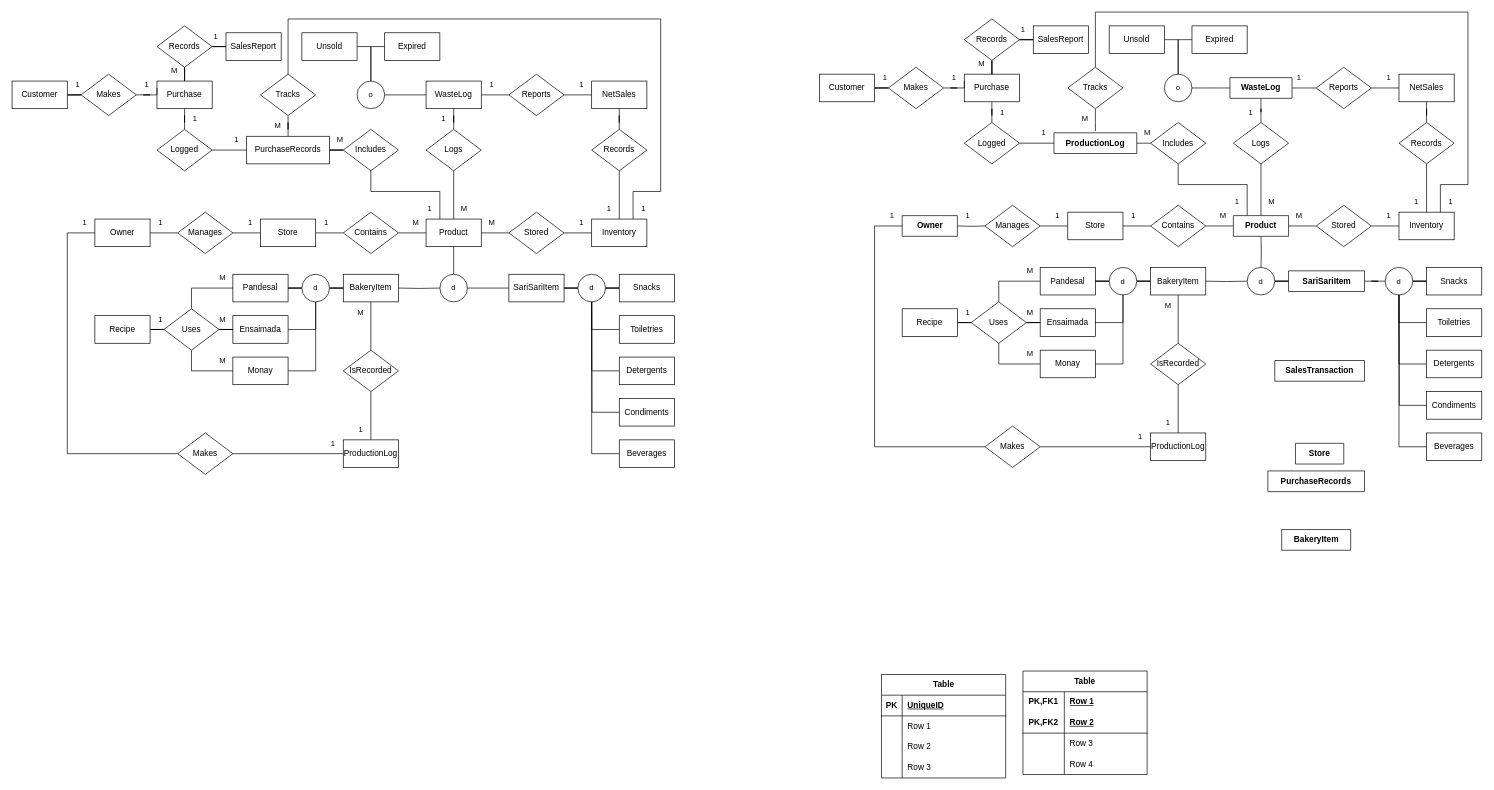
Above: Reworked ERD.drawio in ConnedMaster/ITS131P (draw.io), before the change. Source tidied: cells renumbered, new cells numbered last; positions are measured from the earlier drawing's top-left corner, leaving out a move shared by most shapes. Both pictures are drawn from the tidied source at 69%, with x=0, y=0 at pixel (12, 12).
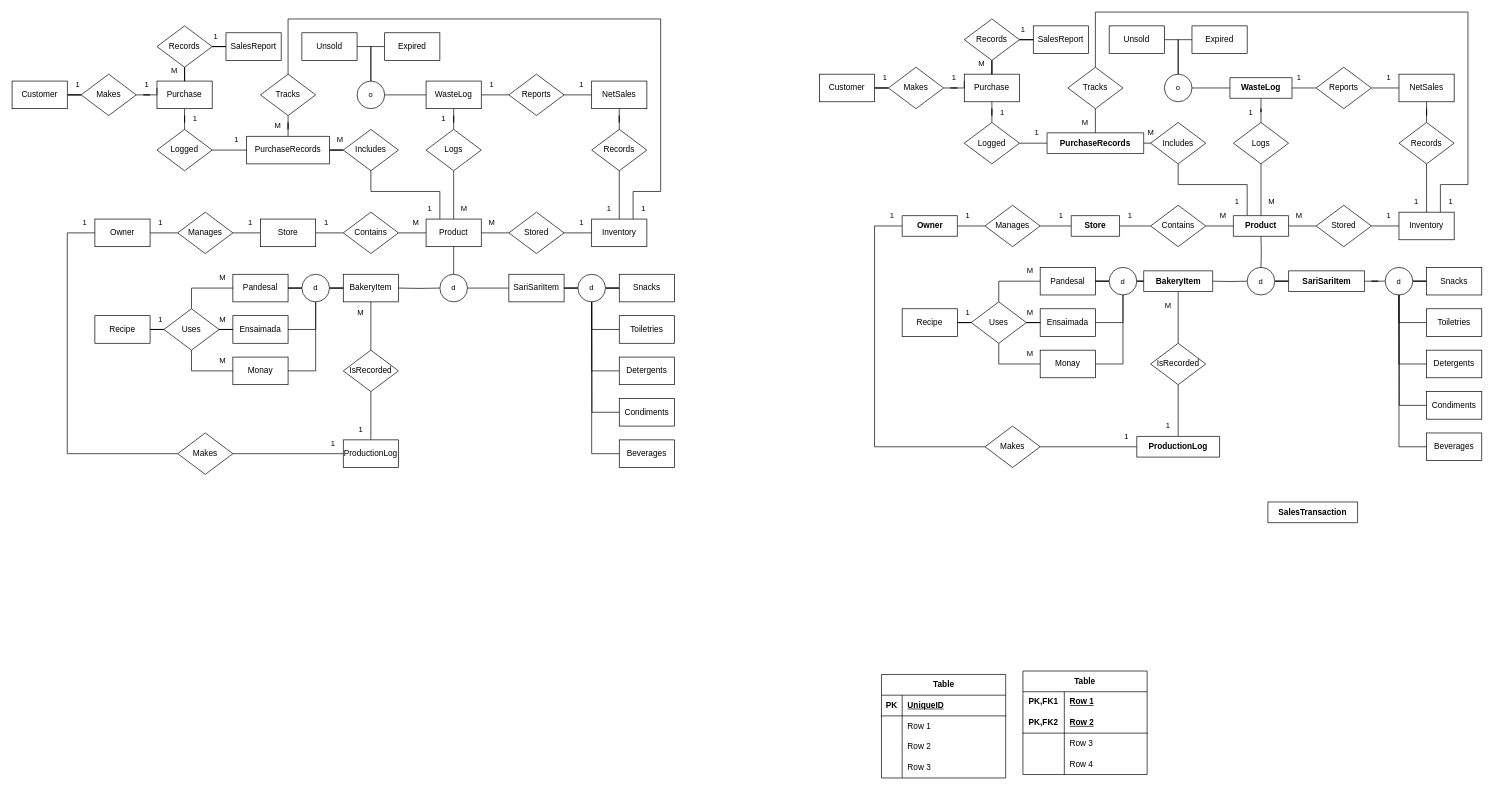
After the change.

Unchanged cells that the change refers to:
```xml
<mxCell id="125" value="Manages" style="shape=rhombus;perimeter=rhombusPerimeter;whiteSpace=wrap;html=1;align=center;" parent="1" vertex="1">
  <mxGeometry x="1410" y="280" width="80" height="60" as="geometry" />
</mxCell>
<mxCell id="128" value="Contains" style="shape=rhombus;perimeter=rhombusPerimeter;whiteSpace=wrap;html=1;align=center;" parent="1" vertex="1">
  <mxGeometry x="1650" y="280" width="80" height="60" as="geometry" />
</mxCell>
<mxCell id="141" value="IsRecorded" style="shape=rhombus;perimeter=rhombusPerimeter;whiteSpace=wrap;html=1;align=center;" parent="1" vertex="1">
  <mxGeometry x="1650" y="480" width="80" height="60" as="geometry" />
</mxCell>
<mxCell id="143" value="Makes" style="shape=rhombus;perimeter=rhombusPerimeter;whiteSpace=wrap;html=1;align=center;" parent="1" vertex="1">
  <mxGeometry x="1410" y="600" width="80" height="60" as="geometry" />
</mxCell>
<mxCell id="151" value="d" style="ellipse;whiteSpace=wrap;html=1;fontFamily=Helvetica;fontSize=11;fontColor=default;labelBackgroundColor=default;" parent="1" vertex="1">
  <mxGeometry x="1590" y="370" width="40" height="40" as="geometry" />
</mxCell>
<mxCell id="184" value="Logged" style="shape=rhombus;perimeter=rhombusPerimeter;whiteSpace=wrap;html=1;align=center;" parent="1" vertex="1">
  <mxGeometry x="1380" y="160" width="80" height="60" as="geometry" />
</mxCell>
<mxCell id="216" value="Tracks" style="shape=rhombus;perimeter=rhombusPerimeter;whiteSpace=wrap;html=1;align=center;" parent="1" vertex="1">
  <mxGeometry x="1530" y="80" width="80" height="60" as="geometry" />
</mxCell>
<mxCell id="227" value="Includes" style="shape=rhombus;perimeter=rhombusPerimeter;whiteSpace=wrap;html=1;align=center;" parent="1" vertex="1">
  <mxGeometry x="1650" y="160" width="80" height="60" as="geometry" />
</mxCell>
<mxCell id="263" value="Owner" style="shape=table;startSize=30;childLayout=tableLayout;rowLines=0;fontStyle=1;align=center;html=1;" parent="1" vertex="1" collapsed="1">
  <mxGeometry x="1290" y="295" width="80" height="30" as="geometry" />
</mxCell>
```

Diff of the diagram source:
```diff
@@
-    <mxCell id="120" style="edgeStyle=orthogonalEdgeStyle;rounded=0;jettySize=auto;html=1;entryX=0;entryY=0.5;entryDx=0;entryDy=0;endArrow=none;startFill=0;" parent="1" edge="1" target="125">
+    <mxCell id="120" style="edgeStyle=orthogonalEdgeStyle;rounded=0;jettySize=auto;html=1;endArrow=none;startFill=0;exitX=1;exitY=0.5;exitDx=0;exitDy=0;" parent="1" edge="1" source="263">
       <mxGeometry relative="1" as="geometry">
-        <mxPoint x="1370" y="310" as="sourcePoint" />
+        <mxPoint x="1410" y="310" as="targetPoint" />
       </mxGeometry>
     </mxCell>
@@
-    <mxCell id="122" style="edgeStyle=orthogonalEdgeStyle;shape=connector;rounded=0;jettySize=auto;html=1;entryX=0.5;entryY=1;entryDx=0;entryDy=0;strokeColor=default;align=center;verticalAlign=middle;fontFamily=Helvetica;fontSize=11;fontColor=default;labelBackgroundColor=default;startFill=0;endArrow=none;" parent="1" edge="1" source="123" target="141">
+    <mxCell id="122" style="edgeStyle=orthogonalEdgeStyle;shape=connector;rounded=0;jettySize=auto;html=1;entryX=0.5;entryY=1;entryDx=0;entryDy=0;strokeColor=default;align=center;verticalAlign=middle;fontFamily=Helvetica;fontSize=11;fontColor=default;labelBackgroundColor=default;startFill=0;endArrow=none;exitX=0.5;exitY=0;exitDx=0;exitDy=0;" parent="1" edge="1" source="266" target="141">
       <mxGeometry relative="1" as="geometry" />
     </mxCell>
-    <mxCell id="123" value="ProductionLog" style="whiteSpace=wrap;html=1;align=center;" parent="1" vertex="1">
-      <mxGeometry x="1650" y="610" width="80" height="40" as="geometry" />
-    </mxCell>
-    <mxCell id="124" style="edgeStyle=orthogonalEdgeStyle;shape=connector;rounded=0;jettySize=auto;html=1;entryX=0;entryY=0.5;entryDx=0;entryDy=0;strokeColor=default;align=center;verticalAlign=middle;fontFamily=Helvetica;fontSize=11;fontColor=default;labelBackgroundColor=default;startFill=0;endArrow=none;" parent="1" edge="1" source="125" target="127">
+    <mxCell id="124" style="edgeStyle=orthogonalEdgeStyle;shape=connector;rounded=0;jettySize=auto;html=1;entryX=0;entryY=0.5;entryDx=0;entryDy=0;strokeColor=default;align=center;verticalAlign=middle;fontFamily=Helvetica;fontSize=11;fontColor=default;labelBackgroundColor=default;startFill=0;endArrow=none;" parent="1" edge="1" source="125" target="264">
       <mxGeometry relative="1" as="geometry" />
     </mxCell>
@@
-    <mxCell id="126" style="edgeStyle=orthogonalEdgeStyle;shape=connector;rounded=0;jettySize=auto;html=1;entryX=0;entryY=0.5;entryDx=0;entryDy=0;strokeColor=default;align=center;verticalAlign=middle;fontFamily=Helvetica;fontSize=11;fontColor=default;labelBackgroundColor=default;startFill=0;endArrow=none;" parent="1" edge="1" source="127" target="128">
+    <mxCell id="126" style="edgeStyle=orthogonalEdgeStyle;shape=connector;rounded=0;jettySize=auto;html=1;entryX=0;entryY=0.5;entryDx=0;entryDy=0;strokeColor=default;align=center;verticalAlign=middle;fontFamily=Helvetica;fontSize=11;fontColor=default;labelBackgroundColor=default;startFill=0;endArrow=none;entryPerimeter=0;exitX=1;exitY=0.5;exitDx=0;exitDy=0;" parent="1" edge="1" source="264" target="128">
       <mxGeometry relative="1" as="geometry" />
     </mxCell>
-    <mxCell id="127" value="Store" style="whiteSpace=wrap;html=1;align=center;" parent="1" vertex="1">
-      <mxGeometry x="1530" y="290" width="80" height="40" as="geometry" />
-    </mxCell>
@@
-    <mxCell id="136" style="edgeStyle=orthogonalEdgeStyle;shape=connector;rounded=0;jettySize=auto;html=1;entryX=1;entryY=0.5;entryDx=0;entryDy=0;strokeColor=default;align=center;verticalAlign=middle;fontFamily=Helvetica;fontSize=11;fontColor=default;labelBackgroundColor=default;startFill=0;endArrow=none;" parent="1" edge="1" target="139">
+    <mxCell id="136" style="edgeStyle=orthogonalEdgeStyle;shape=connector;rounded=0;jettySize=auto;html=1;entryX=1;entryY=0.5;entryDx=0;entryDy=0;strokeColor=default;align=center;verticalAlign=middle;fontFamily=Helvetica;fontSize=11;fontColor=default;labelBackgroundColor=default;startFill=0;endArrow=none;" parent="1" edge="1" target="267">
       <mxGeometry relative="1" as="geometry">
         <mxPoint x="1790" y="390" as="sourcePoint" />
       </mxGeometry>
     </mxCell>
@@
-    <mxCell id="139" value="BakeryItem" style="whiteSpace=wrap;html=1;align=center;" parent="1" vertex="1">
-      <mxGeometry x="1650" y="370" width="80" height="40" as="geometry" />
-    </mxCell>
-    <mxCell id="140" style="edgeStyle=orthogonalEdgeStyle;shape=connector;rounded=0;jettySize=auto;html=1;entryX=0.5;entryY=1;entryDx=0;entryDy=0;strokeColor=default;align=center;verticalAlign=middle;fontFamily=Helvetica;fontSize=11;fontColor=default;labelBackgroundColor=default;startFill=0;endArrow=none;" parent="1" edge="1" source="141" target="139">
+    <mxCell id="140" style="edgeStyle=orthogonalEdgeStyle;shape=connector;rounded=0;jettySize=auto;html=1;entryX=0.5;entryY=1;entryDx=0;entryDy=0;strokeColor=default;align=center;verticalAlign=middle;fontFamily=Helvetica;fontSize=11;fontColor=default;labelBackgroundColor=default;startFill=0;endArrow=none;" parent="1" edge="1" source="141" target="267">
       <mxGeometry relative="1" as="geometry" />
     </mxCell>
@@
-    <mxCell id="142" style="edgeStyle=orthogonalEdgeStyle;shape=connector;rounded=0;jettySize=auto;html=1;entryX=0;entryY=0.5;entryDx=0;entryDy=0;strokeColor=default;align=center;verticalAlign=middle;fontFamily=Helvetica;fontSize=11;fontColor=default;labelBackgroundColor=default;startFill=0;endArrow=none;" parent="1" edge="1" source="143" target="123">
+    <mxCell id="142" style="edgeStyle=orthogonalEdgeStyle;shape=connector;rounded=0;jettySize=auto;html=1;entryX=0;entryY=0.5;entryDx=0;entryDy=0;strokeColor=default;align=center;verticalAlign=middle;fontFamily=Helvetica;fontSize=11;fontColor=default;labelBackgroundColor=default;startFill=0;endArrow=none;" parent="1" edge="1" source="143" target="266">
       <mxGeometry relative="1" as="geometry" />
     </mxCell>
@@
-    <mxCell id="148" style="edgeStyle=orthogonalEdgeStyle;shape=connector;rounded=0;jettySize=auto;html=1;entryX=0;entryY=0.5;entryDx=0;entryDy=0;strokeColor=default;align=center;verticalAlign=middle;fontFamily=Helvetica;fontSize=11;fontColor=default;labelBackgroundColor=default;startFill=0;endArrow=none;" parent="1" edge="1" source="151" target="139">
+    <mxCell id="148" style="edgeStyle=orthogonalEdgeStyle;shape=connector;rounded=0;jettySize=auto;html=1;entryX=0;entryY=0.5;entryDx=0;entryDy=0;strokeColor=default;align=center;verticalAlign=middle;fontFamily=Helvetica;fontSize=11;fontColor=default;labelBackgroundColor=default;startFill=0;endArrow=none;" parent="1" edge="1" source="151" target="267">
       <mxGeometry relative="1" as="geometry" />
     </mxCell>
@@
-    <mxCell id="171" style="edgeStyle=orthogonalEdgeStyle;shape=connector;rounded=0;jettySize=auto;html=1;entryX=0;entryY=0.5;entryDx=0;entryDy=0;strokeColor=default;align=center;verticalAlign=middle;fontFamily=Helvetica;fontSize=11;fontColor=default;labelBackgroundColor=default;startFill=0;endArrow=none;exitX=1;exitY=0.5;exitDx=0;exitDy=0;" parent="1" edge="1" source="266" target="227">
-      <mxGeometry relative="1" as="geometry" />
-    </mxCell>
@@
-    <mxCell id="183" style="edgeStyle=orthogonalEdgeStyle;shape=connector;rounded=0;jettySize=auto;html=1;entryX=0;entryY=0.5;entryDx=0;entryDy=0;strokeColor=default;align=center;verticalAlign=middle;fontFamily=Helvetica;fontSize=11;fontColor=default;labelBackgroundColor=default;startFill=0;endArrow=none;" parent="1" edge="1" source="184" target="266">
-      <mxGeometry relative="1" as="geometry" />
-    </mxCell>
+    <mxCell id="268" style="edgeStyle=orthogonalEdgeStyle;shape=connector;rounded=0;jettySize=auto;html=1;entryX=0;entryY=0.5;entryDx=0;entryDy=0;strokeColor=default;align=center;verticalAlign=middle;fontFamily=Helvetica;fontSize=11;fontColor=default;labelBackgroundColor=default;endArrow=none;endFill=0;" parent="1" edge="1" source="184" target="265">
+      <mxGeometry relative="1" as="geometry" />
+    </mxCell>
@@
     <mxCell id="194" value="1" style="text;html=1;align=center;verticalAlign=middle;strokeColor=none;fillColor=none;fontFamily=Helvetica;fontSize=11;fontColor=default;labelBackgroundColor=default;" parent="1" vertex="1">
-      <mxGeometry x="1500" y="280" width="30" height="30" as="geometry" />
+      <mxGeometry x="1505" y="280" width="30" height="30" as="geometry" />
     </mxCell>
     <mxCell id="195" value="1" style="text;html=1;align=center;verticalAlign=middle;strokeColor=none;fillColor=none;fontFamily=Helvetica;fontSize=11;fontColor=default;labelBackgroundColor=default;" parent="1" vertex="1">
-      <mxGeometry x="1610" y="280" width="30" height="30" as="geometry" />
+      <mxGeometry x="1605" y="280" width="30" height="30" as="geometry" />
     </mxCell>
     <mxCell id="196" value="1" style="text;html=1;align=center;verticalAlign=middle;strokeColor=none;fillColor=none;fontFamily=Helvetica;fontSize=11;fontColor=default;labelBackgroundColor=default;" parent="1" vertex="1">
-      <mxGeometry x="1620" y="600" width="30" height="30" as="geometry" />
+      <mxGeometry x="1600" y="600" width="30" height="30" as="geometry" />
     </mxCell>
@@
     <mxCell id="198" value="1" style="text;html=1;align=center;verticalAlign=middle;strokeColor=none;fillColor=none;fontFamily=Helvetica;fontSize=11;fontColor=default;labelBackgroundColor=default;" parent="1" vertex="1">
-      <mxGeometry x="1660" y="580" width="30" height="30" as="geometry" />
+      <mxGeometry x="1660" y="585" width="30" height="30" as="geometry" />
     </mxCell>
@@
     <mxCell id="214" value="1" style="text;html=1;align=center;verticalAlign=middle;strokeColor=none;fillColor=none;fontFamily=Helvetica;fontSize=11;fontColor=default;labelBackgroundColor=default;" parent="1" vertex="1">
-      <mxGeometry x="1480" y="160" width="30" height="30" as="geometry" />
+      <mxGeometry x="1470" y="160" width="30" height="30" as="geometry" />
     </mxCell>
-    <mxCell id="215" style="edgeStyle=orthogonalEdgeStyle;shape=connector;rounded=0;jettySize=auto;html=1;entryX=0.501;entryY=-0.087;entryDx=0;entryDy=0;strokeColor=default;align=center;verticalAlign=middle;fontFamily=Helvetica;fontSize=11;fontColor=default;labelBackgroundColor=default;startFill=0;endArrow=none;entryPerimeter=0;" parent="1" edge="1" source="216" target="266">
-      <mxGeometry relative="1" as="geometry" />
-    </mxCell>
@@
     <mxCell id="217" value="M" style="text;html=1;align=center;verticalAlign=middle;strokeColor=none;fillColor=none;fontFamily=Helvetica;fontSize=11;fontColor=default;labelBackgroundColor=default;" parent="1" vertex="1">
-      <mxGeometry x="1540" y="140" width="30" height="30" as="geometry" />
+      <mxGeometry x="1540" y="145" width="30" height="30" as="geometry" />
     </mxCell>
@@
     <mxCell id="228" value="M" style="text;html=1;align=center;verticalAlign=middle;strokeColor=none;fillColor=none;fontFamily=Helvetica;fontSize=11;fontColor=default;labelBackgroundColor=default;" parent="1" vertex="1">
-      <mxGeometry x="1630" y="160" width="30" height="30" as="geometry" />
+      <mxGeometry x="1635" y="160" width="30" height="30" as="geometry" />
     </mxCell>
@@
     <mxCell id="233" value="SalesTransaction" style="shape=table;startSize=30;childLayout=tableLayout;rowLines=0;fontStyle=1;align=center;html=1;whiteSpace=wrap;" parent="1" vertex="1" collapsed="1">
-      <mxGeometry x="1830" y="505" width="130" height="30" as="geometry" />
+      <mxGeometry x="1820" y="710" width="130" height="30" as="geometry" />
     </mxCell>
@@
     <mxCell id="264" value="Store" style="shape=table;startSize=30;childLayout=tableLayout;rowLines=0;fontStyle=1;align=center;html=1;whiteSpace=wrap;" parent="1" vertex="1" collapsed="1">
-      <mxGeometry x="1860" y="625" width="70" height="30" as="geometry" />
+      <mxGeometry x="1535" y="295" width="70" height="30" as="geometry" />
     </mxCell>
     <mxCell id="265" value="PurchaseRecords" style="shape=table;startSize=30;childLayout=tableLayout;rowLines=0;fontStyle=1;align=center;html=1;whiteSpace=wrap;" parent="1" vertex="1" collapsed="1">
-      <mxGeometry x="1820" y="665" width="140" height="30" as="geometry" />
+      <mxGeometry x="1500" y="175" width="140" height="30" as="geometry" />
     </mxCell>
     <mxCell id="266" value="ProductionLog" style="shape=table;startSize=30;childLayout=tableLayout;rowLines=0;fontStyle=1;align=center;html=1;whiteSpace=wrap;" parent="1" vertex="1" collapsed="1">
-      <mxGeometry x="1510" y="175" width="120" height="30" as="geometry" />
+      <mxGeometry x="1630" y="615" width="120" height="30" as="geometry" />
     </mxCell>
     <mxCell id="267" value="BakeryItem" style="shape=table;startSize=30;childLayout=tableLayout;rowLines=0;fontStyle=1;align=center;html=1;" parent="1" vertex="1" collapsed="1">
-      <mxGeometry x="1840" y="750" width="100" height="30" as="geometry" />
+      <mxGeometry x="1640" y="375" width="100" height="30" as="geometry" />
     </mxCell>
+    <mxCell id="269" style="edgeStyle=orthogonalEdgeStyle;shape=connector;rounded=0;jettySize=auto;html=1;entryX=0.5;entryY=1;entryDx=0;entryDy=0;strokeColor=default;align=center;verticalAlign=middle;fontFamily=Helvetica;fontSize=11;fontColor=default;labelBackgroundColor=default;endArrow=none;endFill=0;exitX=0.5;exitY=0;exitDx=0;exitDy=0;" parent="1" edge="1" source="265" target="216">
+      <mxGeometry relative="1" as="geometry" />
+    </mxCell>
+    <mxCell id="270" style="edgeStyle=orthogonalEdgeStyle;shape=connector;rounded=0;jettySize=auto;html=1;entryX=0;entryY=0.5;entryDx=0;entryDy=0;strokeColor=default;align=center;verticalAlign=middle;fontFamily=Helvetica;fontSize=11;fontColor=default;labelBackgroundColor=default;endArrow=none;endFill=0;exitX=1;exitY=0.5;exitDx=0;exitDy=0;" parent="1" edge="1" source="265" target="227">
+      <mxGeometry relative="1" as="geometry" />
+    </mxCell>
```
